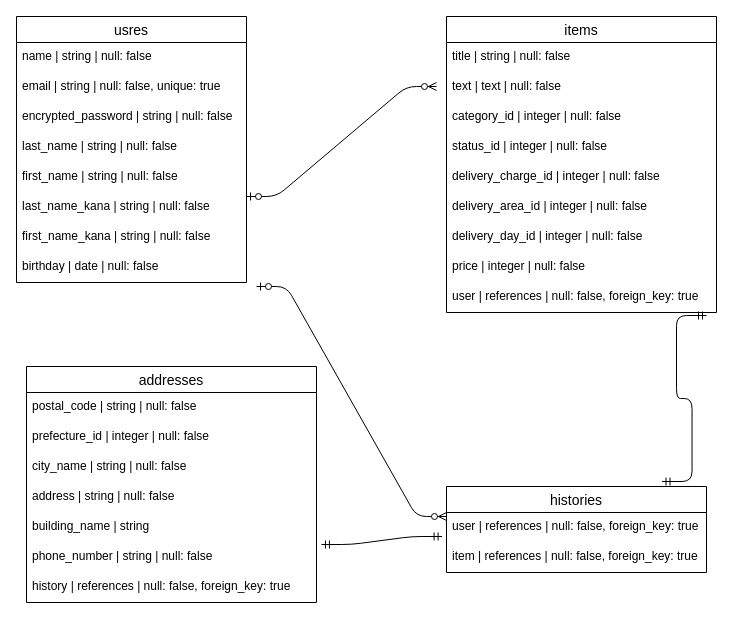
This is furima.dio from saya0714/furima-35800, a draw.io file, before an edit. Source tidied: cells renumbered, new cells numbered last; positions are measured from the earlier drawing's top-left corner, leaving out a move shared by most shapes. Both pictures are drawn from the tidied source at 100%, with x=0, y=0 at pixel (16, 16).
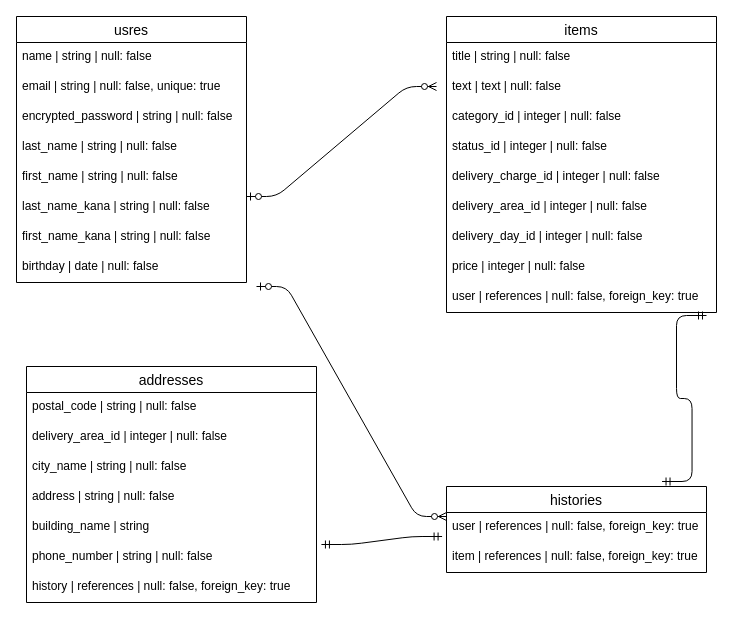
The same page after the edit.

Commit message (it also covers changes not shown here):
データベース設計修正　3

Unchanged cells that the change refers to:
```xml
<mxCell id="12" value="addresses " style="swimlane;fontStyle=0;horizontal=1;startSize=26;align=center;fontSize=14;" parent="1" vertex="1">
  <mxGeometry x="10" y="350" width="290" height="236" as="geometry" />
</mxCell>
```

Diff of the diagram source:
```diff
@@
-    <mxCell id="14" value="prefecture_id       | integer | null: false " style="text;strokeColor=none;fillColor=none;spacingLeft=4;spacingRight=4;overflow=hidden;fontSize=12;" parent="12" vertex="1">
+    <mxCell id="14" value="delivery_area_id    | integer    | null: false       " style="text;strokeColor=none;fillColor=none;spacingLeft=4;spacingRight=4;overflow=hidden;fontSize=12;" parent="12" vertex="1">
       <mxGeometry y="56" width="290" height="30" as="geometry" />
     </mxCell>
```
